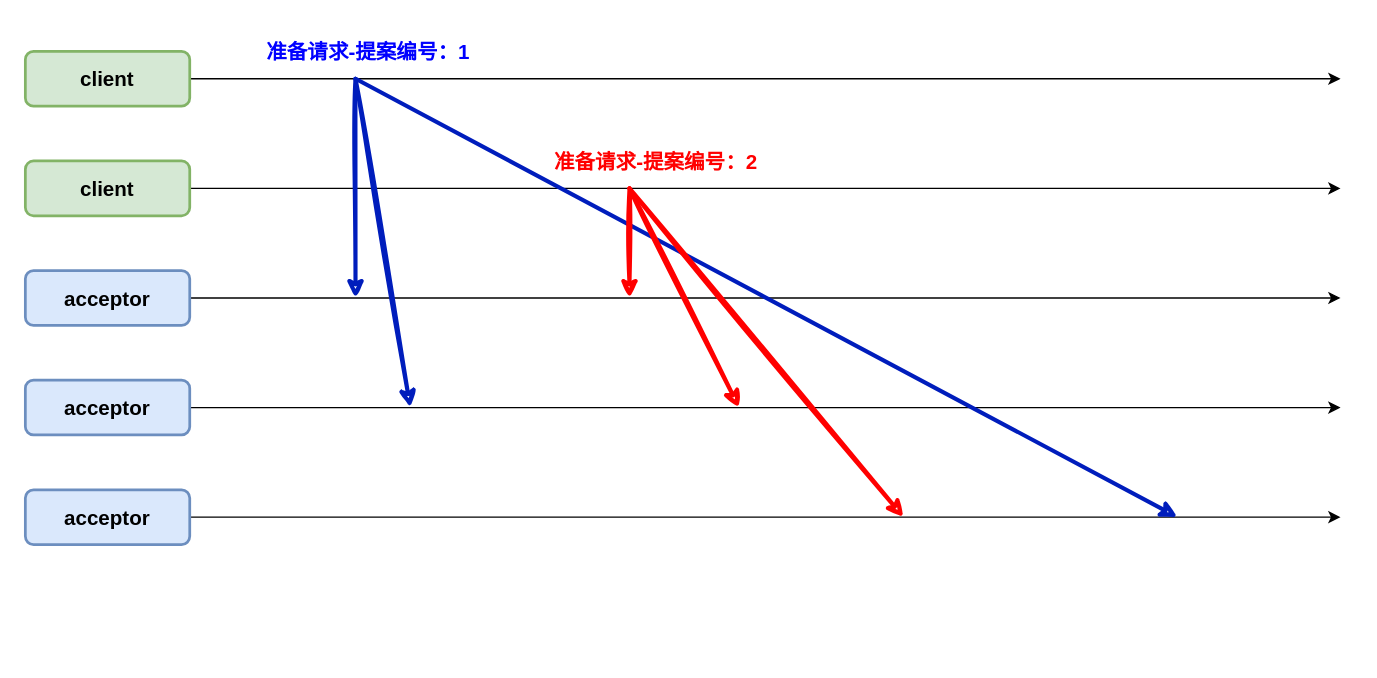
This is distributed/paxos-prepare.drawio from donscoco/diagrams, a draw.io file, before an edit. Source tidied: cells renumbered, new cells numbered last; positions are measured from the earlier drawing's top-left corner, leaving out a move shared by most shapes. Both pictures are drawn from the tidied source at 137%, with x=0, y=0 at pixel (25, 23).
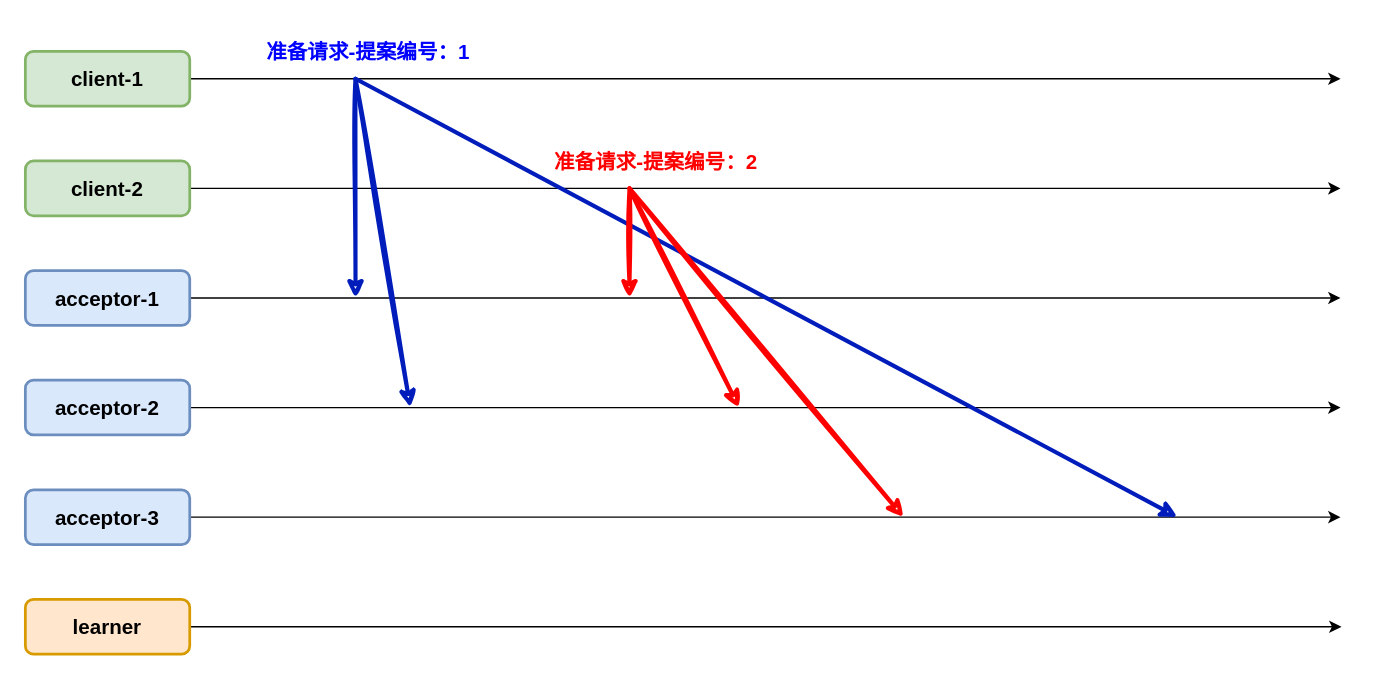
The same page after the edit.

Change to the diagram source:
```diff
@@
-    <mxCell id="3" value="client" style="rounded=1;whiteSpace=wrap;html=1;strokeWidth=2;fillWeight=4;hachureGap=8;hachureAngle=45;fillColor=#d5e8d4;sketch=0;strokeColor=#82b366;fontSize=15;fontStyle=1;" parent="1" vertex="1">
+    <mxCell id="3" value="client-1" style="rounded=1;whiteSpace=wrap;html=1;strokeWidth=2;fillWeight=4;hachureGap=8;hachureAngle=45;fillColor=#d5e8d4;sketch=0;strokeColor=#82b366;fontSize=15;fontStyle=1;" parent="1" vertex="1">
       <mxGeometry y="20" width="120" height="40" as="geometry" />
     </mxCell>
@@
-    <mxCell id="5" value="client" style="rounded=1;whiteSpace=wrap;html=1;strokeWidth=2;fillWeight=4;hachureGap=8;hachureAngle=45;fillColor=#d5e8d4;sketch=0;strokeColor=#82b366;fontSize=15;fontStyle=1;" parent="1" vertex="1">
+    <mxCell id="5" value="client-2" style="rounded=1;whiteSpace=wrap;html=1;strokeWidth=2;fillWeight=4;hachureGap=8;hachureAngle=45;fillColor=#d5e8d4;sketch=0;strokeColor=#82b366;fontSize=15;fontStyle=1;" parent="1" vertex="1">
       <mxGeometry y="100" width="120" height="40" as="geometry" />
     </mxCell>
@@
-    <mxCell id="7" value="acceptor" style="rounded=1;whiteSpace=wrap;html=1;strokeWidth=2;fillWeight=4;hachureGap=8;hachureAngle=45;fillColor=#dae8fc;sketch=0;strokeColor=#6c8ebf;fontSize=15;fontStyle=1;" parent="1" vertex="1">
+    <mxCell id="7" value="acceptor-1" style="rounded=1;whiteSpace=wrap;html=1;strokeWidth=2;fillWeight=4;hachureGap=8;hachureAngle=45;fillColor=#dae8fc;sketch=0;strokeColor=#6c8ebf;fontSize=15;fontStyle=1;" parent="1" vertex="1">
       <mxGeometry y="180" width="120" height="40" as="geometry" />
     </mxCell>
@@
-    <mxCell id="9" value="acceptor" style="rounded=1;whiteSpace=wrap;html=1;strokeWidth=2;fillWeight=4;hachureGap=8;hachureAngle=45;fillColor=#dae8fc;sketch=0;strokeColor=#6c8ebf;fontSize=15;fontStyle=1;" parent="1" vertex="1">
+    <mxCell id="9" value="acceptor-2" style="rounded=1;whiteSpace=wrap;html=1;strokeWidth=2;fillWeight=4;hachureGap=8;hachureAngle=45;fillColor=#dae8fc;sketch=0;strokeColor=#6c8ebf;fontSize=15;fontStyle=1;" parent="1" vertex="1">
       <mxGeometry y="260" width="120" height="40" as="geometry" />
     </mxCell>
@@
-    <mxCell id="11" value="acceptor" style="rounded=1;whiteSpace=wrap;html=1;strokeWidth=2;fillWeight=4;hachureGap=8;hachureAngle=45;fillColor=#dae8fc;sketch=0;strokeColor=#6c8ebf;fontSize=15;fontStyle=1;" parent="1" vertex="1">
+    <mxCell id="11" value="acceptor-3" style="rounded=1;whiteSpace=wrap;html=1;strokeWidth=2;fillWeight=4;hachureGap=8;hachureAngle=45;fillColor=#dae8fc;sketch=0;strokeColor=#6c8ebf;fontSize=15;fontStyle=1;" parent="1" vertex="1">
       <mxGeometry y="340" width="120" height="40" as="geometry" />
     </mxCell>
@@
+    <mxCell id="20" style="edgeStyle=orthogonalEdgeStyle;rounded=0;sketch=0;jettySize=auto;html=1;shadow=0;strokeColor=#000000;strokeWidth=1;fontSize=15;fontColor=#0000FF;" parent="1" edge="1" source="21">
+      <mxGeometry relative="1" as="geometry">
+        <mxPoint x="960.7" y="440" as="targetPoint" />
+      </mxGeometry>
+    </mxCell>
+    <mxCell id="21" value="learner" style="rounded=1;whiteSpace=wrap;html=1;strokeWidth=2;fillWeight=4;hachureGap=8;hachureAngle=45;fillColor=#ffe6cc;sketch=0;strokeColor=#d79b00;fontSize=15;fontStyle=1;" parent="1" vertex="1">
+      <mxGeometry y="420" width="120" height="40" as="geometry" />
+    </mxCell>
```
